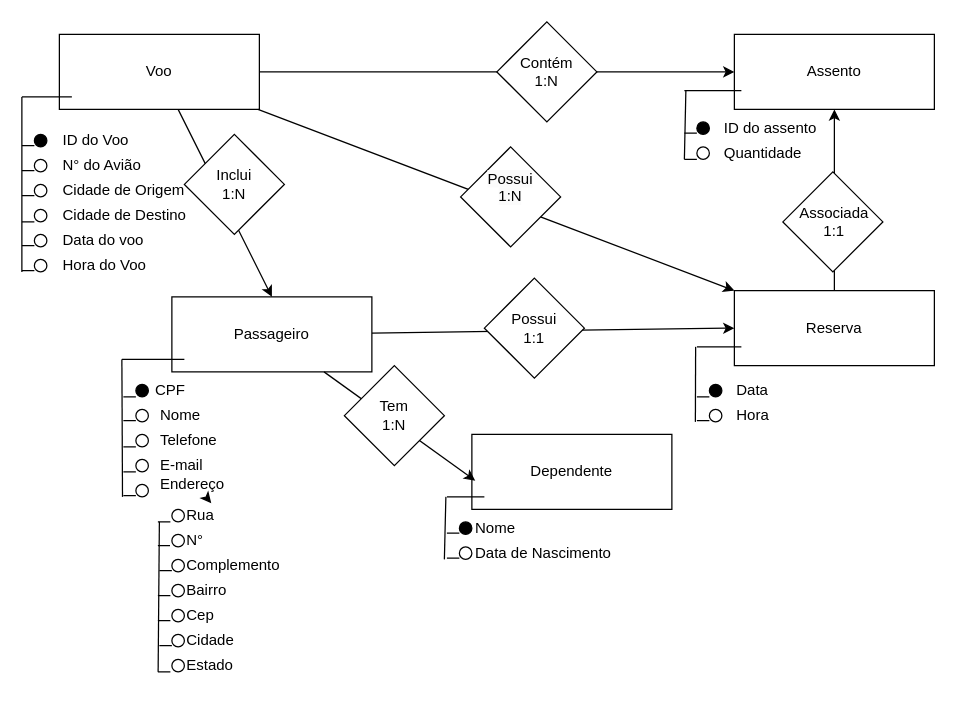
Earlier version of the draw.io diagram Diagrama b.relacional  trabalhofacul.drawio (ellenazevedochiosi/ellenazevedochiosi). Source tidied: cells renumbered, new cells numbered last; positions are measured from the earlier drawing's top-left corner, leaving out a move shared by most shapes. Both pictures are drawn from the tidied source at 125%, with x=0, y=0 at pixel (21, 21).
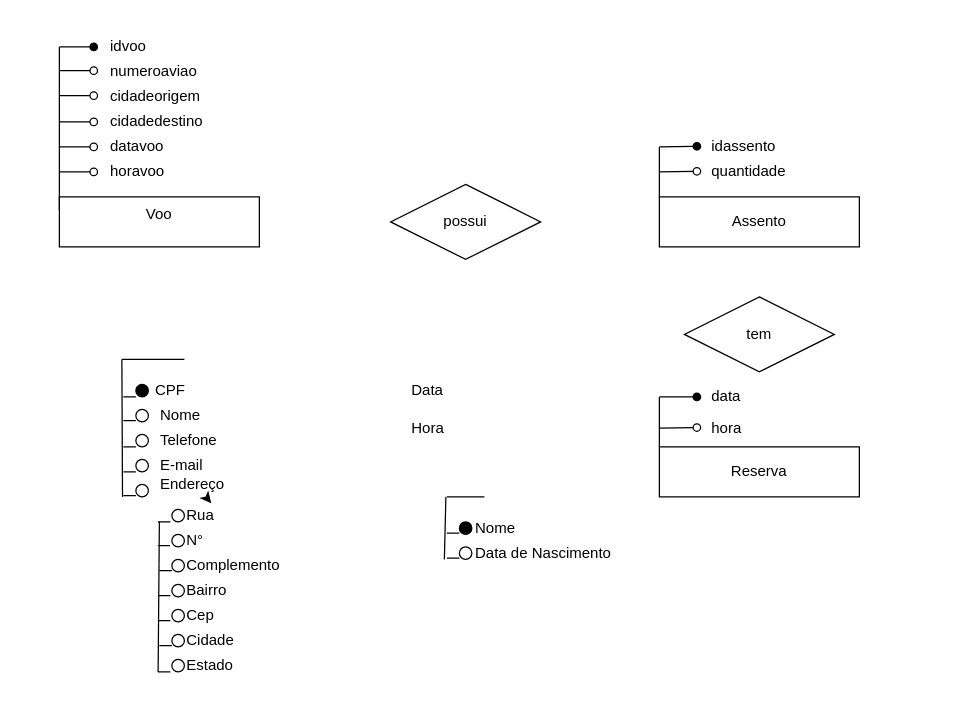
The same diagram, later.

The edit, as a diff of the source:
```diff
@@
-    <mxCell id="2" style="edgeStyle=none;rounded=0;jettySize=auto;html=1;entryX=0.5;entryY=0;entryDx=0;entryDy=0;" parent="1" edge="1" source="4" target="7">
-      <mxGeometry relative="1" as="geometry" />
-    </mxCell>
-    <mxCell id="3" style="edgeStyle=none;rounded=0;jettySize=auto;html=1;entryX=0;entryY=0.5;entryDx=0;entryDy=0;" parent="1" edge="1" source="4" target="5">
-      <mxGeometry relative="1" as="geometry" />
-    </mxCell>
-    <mxCell id="4" value="Voo" style="rounded=0;whiteSpace=wrap;html=1;" parent="1" vertex="1">
-      <mxGeometry x="30" y="10" width="160" height="60" as="geometry" />
+    <mxCell id="4" value="Voo" style="rounded=0;whiteSpace=wrap;html=1;verticalAlign=top;" parent="1" vertex="1">
+      <mxGeometry x="30" y="140" width="160" height="40" as="geometry" />
     </mxCell>
     <mxCell id="5" value="Assento" style="rounded=0;whiteSpace=wrap;html=1;" parent="1" vertex="1">
-      <mxGeometry x="570" y="10" width="160" height="60" as="geometry" />
+      <mxGeometry x="510" y="140" width="160" height="40" as="geometry" />
     </mxCell>
-    <mxCell id="6" style="edgeStyle=none;rounded=0;jettySize=auto;html=1;entryX=0;entryY=0.5;entryDx=0;entryDy=0;" parent="1" edge="1" source="7" target="59">
-      <mxGeometry relative="1" as="geometry" />
-    </mxCell>
-    <mxCell id="7" value="Passageiro" style="rounded=0;whiteSpace=wrap;html=1;" parent="1" vertex="1">
-      <mxGeometry x="120" y="220" width="160" height="60" as="geometry" />
-    </mxCell>
-    <mxCell id="8" value="Dependente" style="rounded=0;whiteSpace=wrap;html=1;" parent="1" vertex="1">
-      <mxGeometry x="360" y="330" width="160" height="60" as="geometry" />
-    </mxCell>
@@
-    <mxCell id="10" style="ellipse;whiteSpace=wrap;html=1;fillColor=#000000;" parent="1" vertex="1">
-      <mxGeometry x="10" y="90" width="10" height="10" as="geometry" />
-    </mxCell>
-    <mxCell id="11" style="ellipse;whiteSpace=wrap;html=1;" parent="1" vertex="1">
-      <mxGeometry x="10" y="110" width="10" height="10" as="geometry" />
-    </mxCell>
-    <mxCell id="12" style="ellipse;whiteSpace=wrap;html=1;" parent="1" vertex="1">
-      <mxGeometry x="10" y="130" width="10" height="10" as="geometry" />
-    </mxCell>
-    <mxCell id="13" style="ellipse;whiteSpace=wrap;html=1;" parent="1" vertex="1">
-      <mxGeometry x="10" y="150" width="10" height="10" as="geometry" />
-    </mxCell>
-    <mxCell id="14" style="ellipse;whiteSpace=wrap;html=1;" parent="1" vertex="1">
-      <mxGeometry x="10" y="170" width="10" height="10" as="geometry" />
-    </mxCell>
-    <mxCell id="15" style="ellipse;whiteSpace=wrap;html=1;" parent="1" vertex="1">
-      <mxGeometry x="10" y="190" width="10" height="10" as="geometry" />
-    </mxCell>
-    <mxCell id="16" value="ID do Voo" style="text;html=1;strokeColor=none;fillColor=none;align=left;verticalAlign=middle;whiteSpace=wrap;rounded=0;" parent="1" vertex="1">
-      <mxGeometry x="31.2" y="80" width="60" height="30" as="geometry" />
+    <mxCell id="16" value="idvoo" style="text;html=1;strokeColor=none;fillColor=none;align=left;verticalAlign=middle;whiteSpace=wrap;rounded=0;" parent="1" vertex="1">
+      <mxGeometry x="68.8" y="10" width="40" height="20" as="geometry" />
     </mxCell>
-    <mxCell id="17" value="N° do Avião" style="text;html=1;strokeColor=none;fillColor=none;align=left;verticalAlign=middle;whiteSpace=wrap;rounded=0;" parent="1" vertex="1">
-      <mxGeometry x="31.2" y="100" width="70" height="30" as="geometry" />
-    </mxCell>
-    <mxCell id="18" value="Cidade de Origem" style="text;html=1;strokeColor=none;fillColor=none;align=left;verticalAlign=middle;whiteSpace=wrap;rounded=0;" parent="1" vertex="1">
-      <mxGeometry x="31.2" y="120" width="120" height="30" as="geometry" />
-    </mxCell>
-    <mxCell id="19" value="Cidade de Destino" style="text;html=1;strokeColor=none;fillColor=none;align=left;verticalAlign=middle;whiteSpace=wrap;rounded=0;" parent="1" vertex="1">
-      <mxGeometry x="31.2" y="140" width="115" height="30" as="geometry" />
-    </mxCell>
-    <mxCell id="20" value="Data do voo" style="text;html=1;strokeColor=none;fillColor=none;align=left;verticalAlign=middle;whiteSpace=wrap;rounded=0;" parent="1" vertex="1">
-      <mxGeometry x="31.2" y="160" width="73.8" height="30" as="geometry" />
-    </mxCell>
-    <mxCell id="21" value="Hora do Voo" style="text;html=1;strokeColor=none;fillColor=none;align=left;verticalAlign=middle;whiteSpace=wrap;rounded=0;" parent="1" vertex="1">
-      <mxGeometry x="31.2" y="180" width="77.5" height="30" as="geometry" />
-    </mxCell>
@@
-    <mxCell id="32" style="ellipse;whiteSpace=wrap;html=1;fillColor=#000000;" parent="1" vertex="1">
-      <mxGeometry x="540" y="80" width="10" height="10" as="geometry" />
-    </mxCell>
-    <mxCell id="33" style="ellipse;whiteSpace=wrap;html=1;" parent="1" vertex="1">
-      <mxGeometry x="540" y="100" width="10" height="10" as="geometry" />
-    </mxCell>
-    <mxCell id="34" value="Quantidade" style="text;html=1;strokeColor=none;fillColor=none;align=left;verticalAlign=middle;whiteSpace=wrap;rounded=0;" parent="1" vertex="1">
-      <mxGeometry x="560" y="90" width="60" height="30" as="geometry" />
-    </mxCell>
-    <mxCell id="35" value="ID do assento" style="text;html=1;strokeColor=none;fillColor=none;align=left;verticalAlign=middle;whiteSpace=wrap;rounded=0;" parent="1" vertex="1">
-      <mxGeometry x="560" y="70" width="88.8" height="30" as="geometry" />
-    </mxCell>
-    <mxCell id="36" style="rhombus;whiteSpace=wrap;html=1;" parent="1" vertex="1">
-      <mxGeometry x="130" y="90" width="80" height="80" as="geometry" />
-    </mxCell>
@@
-    <mxCell id="55" style="rhombus;whiteSpace=wrap;html=1;" parent="1" vertex="1">
-      <mxGeometry x="380" width="80" height="80" as="geometry" />
-    </mxCell>
-    <mxCell id="56" value="Contém&lt;br&gt;1:N" style="text;html=1;strokeColor=none;fillColor=none;align=center;verticalAlign=middle;whiteSpace=wrap;rounded=0;" parent="1" vertex="1">
-      <mxGeometry x="390" y="25" width="60" height="30" as="geometry" />
-    </mxCell>
-    <mxCell id="57" value="Inclui&lt;br&gt;1:N" style="text;html=1;strokeColor=none;fillColor=none;align=center;verticalAlign=middle;whiteSpace=wrap;rounded=0;" parent="1" vertex="1">
-      <mxGeometry x="140" y="115" width="60" height="30" as="geometry" />
-    </mxCell>
-    <mxCell id="58" style="edgeStyle=none;rounded=0;jettySize=auto;html=1;entryX=0.5;entryY=1;entryDx=0;entryDy=0;" parent="1" edge="1" source="59" target="5">
-      <mxGeometry relative="1" as="geometry" />
-    </mxCell>
-    <mxCell id="59" value="Reserva" style="rounded=0;whiteSpace=wrap;html=1;" parent="1" vertex="1">
-      <mxGeometry x="570" y="215" width="160" height="60" as="geometry" />
-    </mxCell>
-    <mxCell id="60" style="ellipse;whiteSpace=wrap;html=1;fillColor=#000000;" parent="1" vertex="1">
-      <mxGeometry x="550" y="290" width="10" height="10" as="geometry" />
-    </mxCell>
-    <mxCell id="61" style="ellipse;whiteSpace=wrap;html=1;" parent="1" vertex="1">
-      <mxGeometry x="550" y="310" width="10" height="10" as="geometry" />
-    </mxCell>
     <mxCell id="62" value="Hora" style="text;html=1;strokeColor=none;fillColor=none;align=left;verticalAlign=middle;whiteSpace=wrap;rounded=0;" parent="1" vertex="1">
-      <mxGeometry x="570" y="300" width="120" height="30" as="geometry" />
+      <mxGeometry x="310" y="310" width="120" height="30" as="geometry" />
     </mxCell>
     <mxCell id="63" value="Data" style="text;html=1;align=left;verticalAlign=middle;strokeColor=none;fillColor=none;" parent="1" vertex="1">
-      <mxGeometry x="570" y="280" width="50" height="30" as="geometry" />
+      <mxGeometry x="310" y="280" width="50" height="30" as="geometry" />
     </mxCell>
-    <mxCell id="64" style="edgeStyle=none;rounded=0;jettySize=auto;html=1;entryX=0.017;entryY=0.617;entryDx=0;entryDy=0;entryPerimeter=0;" parent="1" edge="1" source="7" target="8">
-      <mxGeometry relative="1" as="geometry" />
-    </mxCell>
-    <mxCell id="65" style="rhombus;whiteSpace=wrap;html=1;" parent="1" vertex="1">
-      <mxGeometry x="258" y="275" width="80" height="80" as="geometry" />
-    </mxCell>
-    <mxCell id="66" value="Tem&lt;br&gt;1:N" style="text;html=1;strokeColor=none;fillColor=none;align=center;verticalAlign=middle;whiteSpace=wrap;rounded=0;" parent="1" vertex="1">
-      <mxGeometry x="268" y="300" width="60" height="30" as="geometry" />
-    </mxCell>
-    <mxCell id="67" style="rhombus;whiteSpace=wrap;html=1;" parent="1" vertex="1">
-      <mxGeometry x="370" y="205" width="80" height="80" as="geometry" />
-    </mxCell>
-    <mxCell id="68" value="Possui&lt;br&gt;1:1" style="text;html=1;strokeColor=none;fillColor=none;align=center;verticalAlign=middle;whiteSpace=wrap;rounded=0;" parent="1" vertex="1">
-      <mxGeometry x="380" y="230" width="60" height="30" as="geometry" />
-    </mxCell>
-    <mxCell id="69" style="rhombus;whiteSpace=wrap;html=1;" parent="1" vertex="1">
-      <mxGeometry x="608.8" y="120" width="80" height="80" as="geometry" />
-    </mxCell>
-    <mxCell id="70" value="Associada&lt;br&gt;1:1" style="text;html=1;strokeColor=none;fillColor=none;align=center;verticalAlign=middle;whiteSpace=wrap;rounded=0;" parent="1" vertex="1">
-      <mxGeometry x="620" y="145" width="60" height="30" as="geometry" />
-    </mxCell>
     <mxCell id="71" style="endArrow=none;html=1;rounded=0;" parent="1" edge="1">
       <mxGeometry relative="1" as="geometry">
-        <mxPoint y="200" as="sourcePoint" />
-        <mxPoint y="60" as="targetPoint" />
+        <mxPoint x="30" y="150" as="sourcePoint" />
+        <mxPoint x="30" y="20" as="targetPoint" />
       </mxGeometry>
     </mxCell>
-    <mxCell id="72" style="endArrow=none;html=1;rounded=0;" parent="1" edge="1">
-      <mxGeometry relative="1" as="geometry">
-        <mxPoint y="60" as="sourcePoint" />
-        <mxPoint x="40" y="60" as="targetPoint" />
-      </mxGeometry>
-    </mxCell>
-    <mxCell id="73" style="endArrow=none;html=1;rounded=0;" parent="1" edge="1">
-      <mxGeometry relative="1" as="geometry">
-        <mxPoint y="99" as="sourcePoint" />
-        <mxPoint x="10" y="99" as="targetPoint" />
-      </mxGeometry>
-    </mxCell>
-    <mxCell id="74" style="endArrow=none;html=1;rounded=0;" parent="1" edge="1">
-      <mxGeometry relative="1" as="geometry">
-        <mxPoint y="119" as="sourcePoint" />
-        <mxPoint x="10" y="119" as="targetPoint" />
-      </mxGeometry>
-    </mxCell>
-    <mxCell id="75" style="endArrow=none;html=1;rounded=0;" parent="1" edge="1">
-      <mxGeometry relative="1" as="geometry">
-        <mxPoint y="139" as="sourcePoint" />
-        <mxPoint x="10" y="139" as="targetPoint" />
-      </mxGeometry>
-    </mxCell>
-    <mxCell id="76" style="endArrow=none;html=1;rounded=0;" parent="1" edge="1">
-      <mxGeometry relative="1" as="geometry">
-        <mxPoint y="160" as="sourcePoint" />
-        <mxPoint x="10" y="160" as="targetPoint" />
-      </mxGeometry>
-    </mxCell>
-    <mxCell id="77" style="endArrow=none;html=1;rounded=0;" parent="1" edge="1">
-      <mxGeometry relative="1" as="geometry">
-        <mxPoint y="199" as="sourcePoint" />
-        <mxPoint x="10" y="199" as="targetPoint" />
-      </mxGeometry>
-    </mxCell>
@@
-    <mxCell id="79" style="endArrow=none;html=1;rounded=0;" parent="1" edge="1">
-      <mxGeometry relative="1" as="geometry">
-        <mxPoint y="179" as="sourcePoint" />
-        <mxPoint x="10" y="179" as="targetPoint" />
-      </mxGeometry>
-    </mxCell>
-    <mxCell id="80" style="endArrow=none;html=1;rounded=0;" parent="1" edge="1">
-      <mxGeometry relative="1" as="geometry">
-        <mxPoint x="530" y="110" as="sourcePoint" />
-        <mxPoint x="540" y="110" as="targetPoint" />
-      </mxGeometry>
-    </mxCell>
-    <mxCell id="81" style="endArrow=none;html=1;rounded=0;" parent="1" edge="1">
-      <mxGeometry relative="1" as="geometry">
-        <mxPoint x="530" y="89" as="sourcePoint" />
-        <mxPoint x="540" y="89" as="targetPoint" />
-      </mxGeometry>
-    </mxCell>
-    <mxCell id="82" style="endArrow=none;html=1;rounded=0;" parent="1" edge="1">
-      <mxGeometry relative="1" as="geometry">
-        <mxPoint x="540" y="319" as="sourcePoint" />
-        <mxPoint x="550" y="319" as="targetPoint" />
-      </mxGeometry>
-    </mxCell>
-    <mxCell id="83" style="endArrow=none;html=1;rounded=0;" parent="1" edge="1">
-      <mxGeometry relative="1" as="geometry">
-        <mxPoint x="540" y="300" as="sourcePoint" />
-        <mxPoint x="550" y="300" as="targetPoint" />
-      </mxGeometry>
-    </mxCell>
@@
     <mxCell id="100" style="endArrow=none;html=1;rounded=0;" parent="1" edge="1">
       <mxGeometry relative="1" as="geometry">
-        <mxPoint x="531.2" y="55" as="sourcePoint" />
-        <mxPoint x="530" y="110" as="targetPoint" />
+        <mxPoint x="510" y="100" as="sourcePoint" />
+        <mxPoint x="510" y="140" as="targetPoint" />
       </mxGeometry>
     </mxCell>
@@
-    <mxCell id="102" style="endArrow=none;html=1;rounded=0;" parent="1" edge="1">
-      <mxGeometry relative="1" as="geometry">
-        <mxPoint x="575.6" y="55" as="sourcePoint" />
-        <mxPoint x="530" y="55" as="targetPoint" />
-      </mxGeometry>
-    </mxCell>
-    <mxCell id="103" style="endArrow=none;html=1;rounded=0;" parent="1" edge="1">
-      <mxGeometry relative="1" as="geometry">
-        <mxPoint x="575.6" y="260" as="sourcePoint" />
-        <mxPoint x="540" y="260" as="targetPoint" />
-      </mxGeometry>
-    </mxCell>
     <mxCell id="104" style="endArrow=none;html=1;rounded=0;" parent="1" edge="1">
       <mxGeometry relative="1" as="geometry">
-        <mxPoint x="539" y="260" as="sourcePoint" />
-        <mxPoint x="538.8" y="320" as="targetPoint" />
+        <mxPoint x="510" y="300" as="sourcePoint" />
+        <mxPoint x="510" y="340" as="targetPoint" />
       </mxGeometry>
     </mxCell>
@@
-    <mxCell id="106" style="edgeStyle=none;rounded=0;jettySize=auto;html=1;entryX=0;entryY=0;entryDx=0;entryDy=0;" parent="1" edge="1" source="4" target="59">
-      <mxGeometry relative="1" as="geometry" />
-    </mxCell>
-    <mxCell id="107" value="&#10;&lt;span style=&quot;color: rgb(0, 0, 0); font-family: Helvetica; font-size: 12px; font-style: normal; font-variant-ligatures: normal; font-variant-caps: normal; font-weight: 400; letter-spacing: normal; orphans: 2; text-align: center; text-indent: 0px; text-transform: none; widows: 2; word-spacing: 0px; -webkit-text-stroke-width: 0px; background-color: rgb(251, 251, 251); text-decoration-thickness: initial; text-decoration-style: initial; text-decoration-color: initial; float: none; display: inline !important;&quot;&gt;Possui&lt;/span&gt;&lt;br style=&quot;border-color: var(--border-color); color: rgb(0, 0, 0); font-family: Helvetica; font-size: 12px; font-style: normal; font-variant-ligatures: normal; font-variant-caps: normal; font-weight: 400; letter-spacing: normal; orphans: 2; text-align: center; text-indent: 0px; text-transform: none; widows: 2; word-spacing: 0px; -webkit-text-stroke-width: 0px; background-color: rgb(251, 251, 251); text-decoration-thickness: initial; text-decoration-style: initial; text-decoration-color: initial;&quot;&gt;&lt;span style=&quot;color: rgb(0, 0, 0); font-family: Helvetica; font-size: 12px; font-style: normal; font-variant-ligatures: normal; font-variant-caps: normal; font-weight: 400; letter-spacing: normal; orphans: 2; text-align: center; text-indent: 0px; text-transform: none; widows: 2; word-spacing: 0px; -webkit-text-stroke-width: 0px; background-color: rgb(251, 251, 251); text-decoration-thickness: initial; text-decoration-style: initial; text-decoration-color: initial; float: none; display: inline !important;&quot;&gt;1:N&lt;/span&gt;&#10;&#10;" style="rhombus;whiteSpace=wrap;html=1;" parent="1" vertex="1">
-      <mxGeometry x="351" y="100" width="80" height="80" as="geometry" />
-    </mxCell>
+    <mxCell id="108" style="endArrow=oval;html=1;rounded=0;endFill=1;" parent="1" edge="1">
+      <mxGeometry relative="1" as="geometry">
+        <mxPoint x="30" y="20" as="sourcePoint" />
+        <mxPoint x="57.5" y="20" as="targetPoint" />
+      </mxGeometry>
+    </mxCell>
+    <mxCell id="109" style="endArrow=oval;html=1;rounded=0;endFill=0;" parent="1" edge="1">
+      <mxGeometry relative="1" as="geometry">
+        <mxPoint x="30" y="39" as="sourcePoint" />
+        <mxPoint x="57.5" y="39" as="targetPoint" />
+      </mxGeometry>
+    </mxCell>
+    <mxCell id="110" style="endArrow=oval;html=1;rounded=0;endFill=0;" parent="1" edge="1">
+      <mxGeometry relative="1" as="geometry">
+        <mxPoint x="30" y="59" as="sourcePoint" />
+        <mxPoint x="57.5" y="59" as="targetPoint" />
+      </mxGeometry>
+    </mxCell>
+    <mxCell id="111" style="endArrow=oval;html=1;rounded=0;endFill=0;" parent="1" edge="1">
+      <mxGeometry relative="1" as="geometry">
+        <mxPoint x="30" y="80" as="sourcePoint" />
+        <mxPoint x="57.5" y="80" as="targetPoint" />
+      </mxGeometry>
+    </mxCell>
+    <mxCell id="112" style="endArrow=oval;html=1;rounded=0;endFill=0;" parent="1" edge="1">
+      <mxGeometry relative="1" as="geometry">
+        <mxPoint x="30" y="100" as="sourcePoint" />
+        <mxPoint x="57.5" y="100" as="targetPoint" />
+      </mxGeometry>
+    </mxCell>
+    <mxCell id="113" value="numeroaviao" style="text;html=1;strokeColor=none;fillColor=none;align=left;verticalAlign=middle;whiteSpace=wrap;rounded=0;" parent="1" vertex="1">
+      <mxGeometry x="68.8" y="30" width="40" height="20" as="geometry" />
+    </mxCell>
+    <mxCell id="114" value="cidadeorigem" style="text;html=1;strokeColor=none;fillColor=none;align=left;verticalAlign=middle;whiteSpace=wrap;rounded=0;" parent="1" vertex="1">
+      <mxGeometry x="68.8" y="50" width="40" height="20" as="geometry" />
+    </mxCell>
+    <mxCell id="115" value="cidadedestino" style="text;html=1;strokeColor=none;fillColor=none;align=left;verticalAlign=middle;whiteSpace=wrap;rounded=0;" parent="1" vertex="1">
+      <mxGeometry x="68.8" y="70" width="40" height="20" as="geometry" />
+    </mxCell>
+    <mxCell id="116" value="datavoo" style="text;html=1;strokeColor=none;fillColor=none;align=left;verticalAlign=middle;whiteSpace=wrap;rounded=0;" parent="1" vertex="1">
+      <mxGeometry x="68.8" y="90" width="40" height="20" as="geometry" />
+    </mxCell>
+    <mxCell id="117" style="endArrow=oval;html=1;rounded=0;endFill=0;" parent="1" edge="1">
+      <mxGeometry relative="1" as="geometry">
+        <mxPoint x="30" y="120" as="sourcePoint" />
+        <mxPoint x="57.5" y="120" as="targetPoint" />
+      </mxGeometry>
+    </mxCell>
+    <mxCell id="118" value="horavoo" style="text;html=1;strokeColor=none;fillColor=none;align=left;verticalAlign=middle;whiteSpace=wrap;rounded=0;" parent="1" vertex="1">
+      <mxGeometry x="68.8" y="110" width="40" height="20" as="geometry" />
+    </mxCell>
+    <mxCell id="119" style="endArrow=oval;html=1;rounded=0;endFill=1;" parent="1" edge="1">
+      <mxGeometry relative="1" as="geometry">
+        <mxPoint x="510" y="100" as="sourcePoint" />
+        <mxPoint x="540" y="99.5" as="targetPoint" />
+      </mxGeometry>
+    </mxCell>
+    <mxCell id="120" style="endArrow=oval;html=1;rounded=0;endFill=0;" parent="1" edge="1">
+      <mxGeometry relative="1" as="geometry">
+        <mxPoint x="510" y="120" as="sourcePoint" />
+        <mxPoint x="540" y="119.5" as="targetPoint" />
+      </mxGeometry>
+    </mxCell>
+    <mxCell id="121" value="idassento" style="text;html=1;strokeColor=none;fillColor=none;align=left;verticalAlign=middle;whiteSpace=wrap;rounded=0;" parent="1" vertex="1">
+      <mxGeometry x="550" y="90" width="40" height="20" as="geometry" />
+    </mxCell>
+    <mxCell id="122" value="quantidade" style="text;html=1;strokeColor=none;fillColor=none;align=left;verticalAlign=middle;whiteSpace=wrap;rounded=0;" parent="1" vertex="1">
+      <mxGeometry x="550" y="110" width="40" height="20" as="geometry" />
+    </mxCell>
+    <mxCell id="123" value="possui" style="shape=rhombus;perimeter=rhombusPerimeter;whiteSpace=wrap;html=1;align=center;" parent="1" vertex="1">
+      <mxGeometry x="295" y="130" width="120" height="60" as="geometry" />
+    </mxCell>
+    <mxCell id="59" value="Reserva" style="rounded=0;whiteSpace=wrap;html=1;" parent="1" vertex="1">
+      <mxGeometry x="510" y="340" width="160" height="40" as="geometry" />
+    </mxCell>
+    <mxCell id="124" style="endArrow=oval;html=1;rounded=0;endFill=1;" parent="1" edge="1">
+      <mxGeometry relative="1" as="geometry">
+        <mxPoint x="510" y="300" as="sourcePoint" />
+        <mxPoint x="540" y="300" as="targetPoint" />
+      </mxGeometry>
+    </mxCell>
+    <mxCell id="125" style="endArrow=oval;html=1;rounded=0;endFill=0;" parent="1" edge="1">
+      <mxGeometry relative="1" as="geometry">
+        <mxPoint x="510" y="325" as="sourcePoint" />
+        <mxPoint x="540" y="324.5" as="targetPoint" />
+      </mxGeometry>
+    </mxCell>
+    <mxCell id="126" value="data" style="text;html=1;strokeColor=none;fillColor=none;align=left;verticalAlign=middle;whiteSpace=wrap;rounded=0;" parent="1" vertex="1">
+      <mxGeometry x="550" y="290" width="40" height="20" as="geometry" />
+    </mxCell>
+    <mxCell id="127" value="hora" style="text;html=1;strokeColor=none;fillColor=none;align=left;verticalAlign=middle;whiteSpace=wrap;rounded=0;" parent="1" vertex="1">
+      <mxGeometry x="550" y="315" width="40" height="20" as="geometry" />
+    </mxCell>
+    <mxCell id="128" value="tem" style="shape=rhombus;perimeter=rhombusPerimeter;whiteSpace=wrap;html=1;align=center;" parent="1" vertex="1">
+      <mxGeometry x="530" y="220" width="120" height="60" as="geometry" />
+    </mxCell>
```
